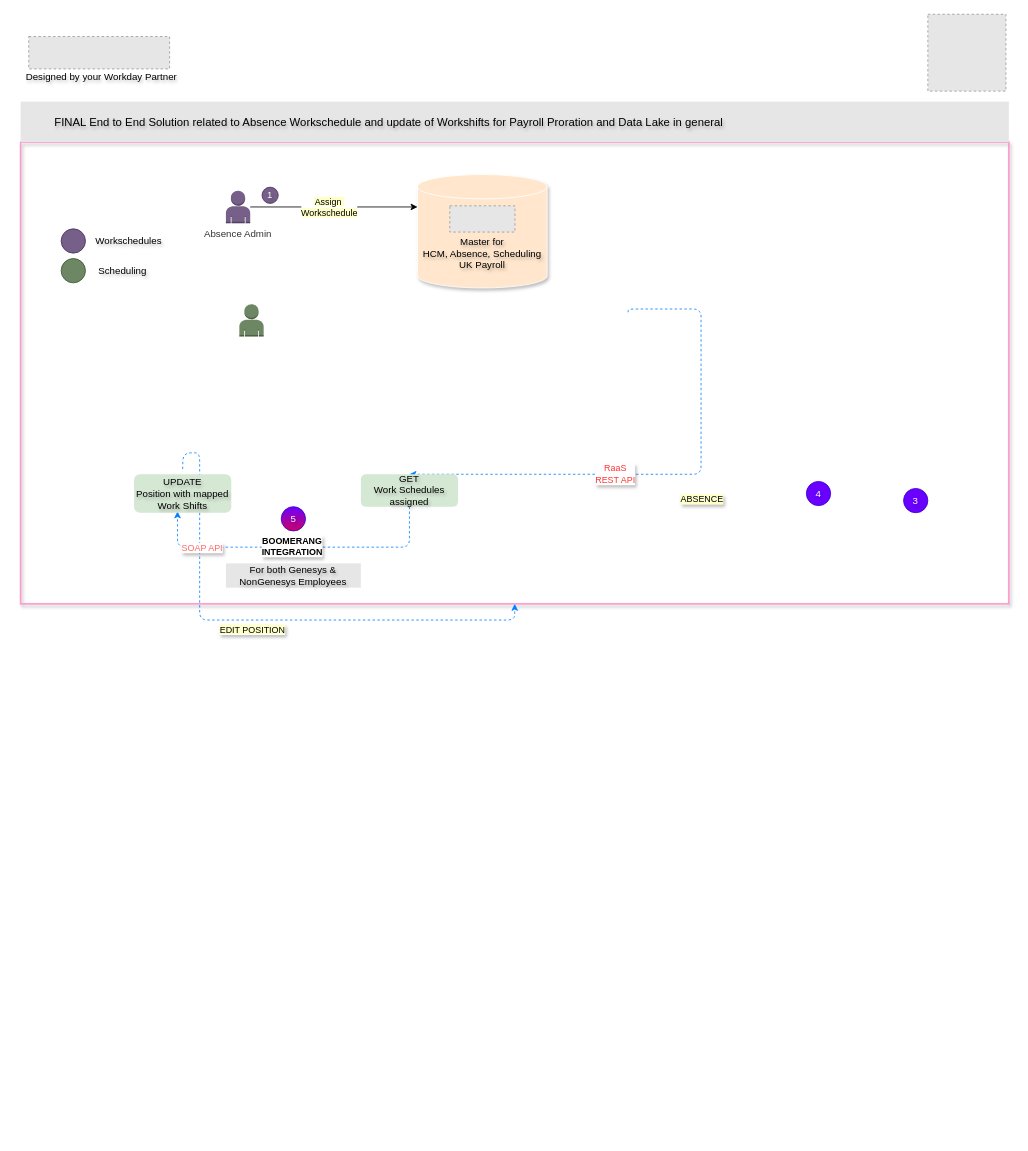
Earlier version of the draw.io diagram Leonardo Hotels Boomerang v1.drawio (sandyaroma/sandyaroma). Source tidied: cells renumbered, new cells numbered last; positions are measured from the earlier drawing's top-left corner, leaving out a move shared by most shapes. Both pictures are drawn from the tidied source at 81%, with x=0, y=0 at pixel (20, 14). Pictures stored in the file or linked from it are replaced by grey dashed boxes.
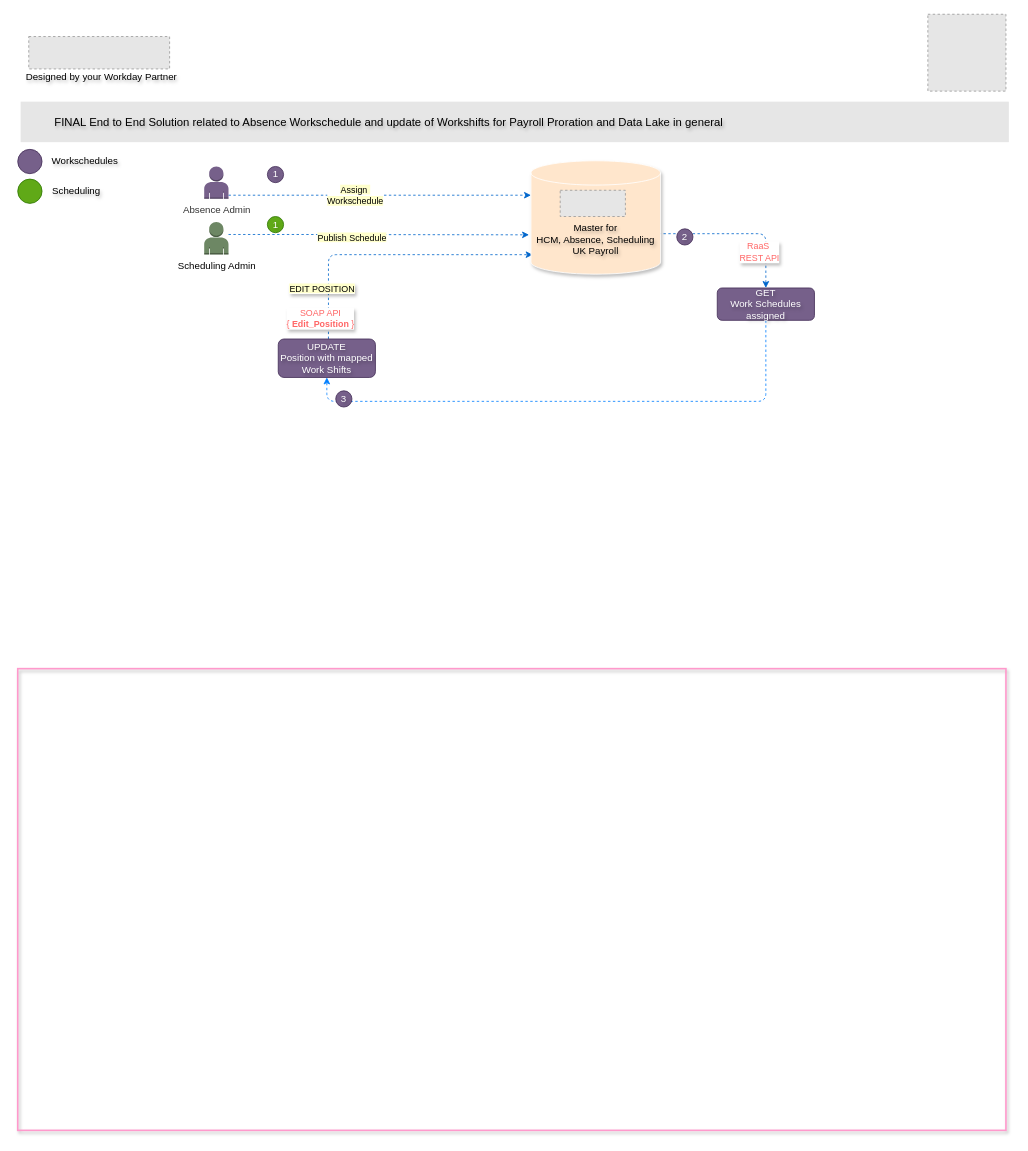
Above is the later version.

Commit message (it also covers changes not shown here):
Mettre à jour Leonardo Hotels Boomerang v1.drawio

Diff of the diagram source:
```diff
@@
+    <mxCell id="32" style="edgeStyle=orthogonalEdgeStyle;rounded=1;jettySize=auto;html=1;entryX=0.013;entryY=0.828;entryDx=0;entryDy=0;entryPerimeter=0;curved=0;dashed=1;strokeColor=#0066CC;" parent="1" edge="1" source="14" target="3">
+      <mxGeometry relative="1" as="geometry">
+        <Array as="points">
+          <mxPoint x="380" y="297" />
+        </Array>
+      </mxGeometry>
+    </mxCell>
     <mxCell id="2" style="rounded=0;whiteSpace=wrap;html=1;fillColor=none;strokeWidth=2;strokeColor=#FF99CC;shadow=1;textShadow=1;" parent="1" vertex="1">
-      <mxGeometry y="158" width="1220" height="570" as="geometry" />
+      <mxGeometry x="-3.6" y="808" width="1220" height="570" as="geometry" />
     </mxCell>
+    <mxCell id="33" style="edgeStyle=orthogonalEdgeStyle;rounded=1;jettySize=auto;html=1;entryX=0.5;entryY=0;entryDx=0;entryDy=0;exitX=0.985;exitY=0.643;exitDx=0;exitDy=0;exitPerimeter=0;curved=0;dashed=1;strokeColor=#0066CC;" parent="1" edge="1" source="3" target="10">
+      <mxGeometry relative="1" as="geometry" />
+    </mxCell>
     <mxCell id="3" value="&lt;div&gt;&lt;br&gt;&lt;/div&gt;&lt;div&gt;&lt;br&gt;&lt;/div&gt;&lt;div&gt;&lt;span style=&quot;background-color: initial;&quot;&gt;Master for&lt;/span&gt;&lt;/div&gt;&lt;div&gt;&lt;span style=&quot;background-color: initial;&quot;&gt;HCM, Absence, Scheduling&lt;/span&gt;&lt;br&gt;&lt;/div&gt;&lt;div&gt;&lt;span style=&quot;background-color: initial;&quot;&gt;UK Payroll&lt;/span&gt;&lt;/div&gt;" style="shape=cylinder3;whiteSpace=wrap;html=1;boundedLbl=1;backgroundOutline=1;size=15;fillColor=#ffe6cc;strokeColor=#FFFFFF;shadow=1;textShadow=1;" parent="1" vertex="1">
-      <mxGeometry x="490" y="198" width="160" height="140" as="geometry" />
+      <mxGeometry x="630" y="181" width="160" height="140" as="geometry" />
     </mxCell>
     <mxCell id="4" style="fillColor=#E6E6E6;strokeColor=#999999;dashed=1;verticalLabelPosition=bottom;labelBackgroundColor=default;verticalAlign=top;" parent="1" vertex="1">
-      <mxGeometry x="529.8" y="236.6" width="80.5" height="32.4" as="geometry" />
+      <mxGeometry x="666.1" y="217.4" width="80.5" height="32.4" as="geometry" />
     </mxCell>
-    <mxCell id="5" style="edgeStyle=orthogonalEdgeStyle;rounded=1;jettySize=auto;html=1;entryX=0.5;entryY=0;entryDx=0;entryDy=0;dashed=1;strokeColor=#007FFF;curved=0;textShadow=1;flowAnimation=0;" parent="1" edge="1" target="10">
-      <mxGeometry relative="1" as="geometry">
-        <mxPoint x="750" y="368" as="sourcePoint" />
-        <Array as="points">
-          <mxPoint x="840" y="364" />
-          <mxPoint x="840" y="568" />
-        </Array>
-      </mxGeometry>
-    </mxCell>
-    <mxCell id="6" value="ABSENCE" style="edgeLabel;html=1;align=center;verticalAlign=middle;labelBackgroundColor=#FFFFCC;textShadow=1;" parent="5" vertex="1">
-      <mxGeometry x="-0.12" y="-2" relative="1" as="geometry">
-        <mxPoint x="2" y="38" as="offset" />
-      </mxGeometry>
-    </mxCell>
-    <mxCell id="7" value="&lt;font color=&quot;#ff3333&quot;&gt;RaaS&lt;/font&gt;&lt;div&gt;&lt;font color=&quot;#ff3333&quot;&gt;REST API&lt;/font&gt;&lt;/div&gt;" style="edgeLabel;html=1;align=center;verticalAlign=middle;textShadow=1;" parent="5" vertex="1">
-      <mxGeometry x="0.23" y="-1" relative="1" as="geometry" />
-    </mxCell>
-    <mxCell id="8" style="edgeStyle=orthogonalEdgeStyle;rounded=1;jettySize=auto;html=1;entryX=0.447;entryY=0.964;entryDx=0;entryDy=0;curved=0;dashed=1;fillColor=#1ba1e2;strokeColor=#007FFF;align=center;verticalAlign=middle;fontFamily=Helvetica;fontSize=11;fontColor=default;labelBackgroundColor=default;endArrow=classic;entryPerimeter=0;textShadow=1;flowAnimation=0;" parent="1" edge="1" source="10" target="14">
+    <mxCell id="8" style="edgeStyle=orthogonalEdgeStyle;rounded=1;jettySize=auto;html=1;entryX=0.5;entryY=1;entryDx=0;entryDy=0;curved=0;dashed=1;strokeColor=#007FFF;" parent="1" edge="1" source="10" target="14">
       <mxGeometry relative="1" as="geometry">
         <Array as="points">
-          <mxPoint x="480" y="658" />
-          <mxPoint x="194" y="658" />
+          <mxPoint x="920" y="478" />
+          <mxPoint x="378" y="478" />
         </Array>
       </mxGeometry>
     </mxCell>
-    <mxCell id="9" value="&lt;b&gt;BOOMERANG&lt;/b&gt;&lt;div&gt;&lt;b&gt;INTEGRATION&lt;/b&gt;&lt;/div&gt;" style="edgeLabel;html=1;align=center;verticalAlign=middle;rounded=1;dashed=1;strokeColor=#007FFF;fontFamily=Helvetica;fontSize=11;fontColor=default;labelBackgroundColor=default;textShadow=1;" parent="8" vertex="1">
-      <mxGeometry x="0.31" y="-2" relative="1" as="geometry">
-        <mxPoint x="53" as="offset" />
-      </mxGeometry>
-    </mxCell>
-    <mxCell id="10" value="GET&lt;div&gt;Work Schedules&lt;/div&gt;&lt;div&gt;assigned&lt;/div&gt;" style="rounded=1;whiteSpace=wrap;html=1;fillColor=#D5E8D4;strokeColor=none;textShadow=1;" parent="1" vertex="1">
-      <mxGeometry x="420" y="568" width="120" height="40" as="geometry" />
+    <mxCell id="10" value="GET&lt;div&gt;Work Schedules&lt;/div&gt;&lt;div&gt;assigned&lt;/div&gt;" style="rounded=1;whiteSpace=wrap;html=1;fillColor=#76608a;strokeColor=#432D57;textShadow=1;fontColor=#ffffff;" parent="1" vertex="1">
+      <mxGeometry x="860" y="338" width="120" height="40" as="geometry" />
     </mxCell>
-    <mxCell id="11" style="edgeStyle=orthogonalEdgeStyle;rounded=1;jettySize=auto;html=1;dashed=1;strokeColor=#007FFF;curved=0;textShadow=1;flowAnimation=0;" parent="1" edge="1" target="2">
-      <mxGeometry relative="1" as="geometry">
-        <mxPoint x="200" y="561.6" as="sourcePoint" />
-      </mxGeometry>
-    </mxCell>
-    <mxCell id="12" value="&lt;span style=&quot;background-color: rgb(255, 255, 204);&quot;&gt;EDIT POSITION&lt;/span&gt;" style="edgeLabel;html=1;align=center;verticalAlign=middle;textShadow=1;" parent="11" vertex="1">
-      <mxGeometry x="-0.09" y="3" relative="1" as="geometry">
-        <mxPoint x="13" y="14" as="offset" />
-      </mxGeometry>
-    </mxCell>
-    <mxCell id="13" value="&lt;font color=&quot;#ff6666&quot;&gt;SOAP API&lt;/font&gt;" style="edgeLabel;html=1;align=center;verticalAlign=middle;textShadow=1;" parent="11" vertex="1">
-      <mxGeometry x="-0.52" y="2" relative="1" as="geometry" />
-    </mxCell>
-    <mxCell id="14" value="&lt;div&gt;UPDATE&lt;/div&gt;&lt;div&gt;Position with mapped&lt;/div&gt;Work Shifts" style="rounded=1;whiteSpace=wrap;html=1;fillColor=#D5E8D4;strokeColor=none;textShadow=1;" parent="1" vertex="1">
-      <mxGeometry x="140" y="568" width="120" height="47.5" as="geometry" />
+    <mxCell id="14" value="&lt;div&gt;UPDATE&lt;/div&gt;&lt;div&gt;Position with mapped&lt;/div&gt;Work Shifts" style="rounded=1;whiteSpace=wrap;html=1;fillColor=#76608a;strokeColor=#432D57;textShadow=1;fontColor=#ffffff;" parent="1" vertex="1">
+      <mxGeometry x="318" y="401" width="120" height="47.5" as="geometry" />
     </mxCell>
-    <mxCell id="15" value="5" style="ellipse;whiteSpace=wrap;html=1;fillColor=#6a00ff;strokeColor=#3700CC;fontColor=#ffffff;textShadow=1;gradientColor=#CC0066;" parent="1" vertex="1">
-      <mxGeometry x="321.7" y="608" width="30" height="30" as="geometry" />
-    </mxCell>
     <mxCell id="16" value="1" style="ellipse;whiteSpace=wrap;html=1;fillColor=#76608a;strokeColor=#432D57;fontColor=#ffffff;align=center;verticalAlign=middle;fontFamily=Helvetica;fontSize=12;textShadow=1;" parent="1" vertex="1">
-      <mxGeometry x="298" y="213.6" width="20" height="20" as="geometry" />
+      <mxGeometry x="304.6" y="188" width="20" height="20" as="geometry" />
     </mxCell>
@@
-    <mxCell id="18" value="For both Genesys &amp;amp; NonGenesys Employees" style="text;html=1;align=center;verticalAlign=middle;whiteSpace=wrap;rounded=0;fontStyle=0;fillColor=#E6E6E6;textShadow=1;" parent="1" vertex="1">
-      <mxGeometry x="253.4" y="678" width="166.6" height="30" as="geometry" />
-    </mxCell>
-    <mxCell id="19" value="4" style="ellipse;whiteSpace=wrap;html=1;fillColor=#6a00ff;strokeColor=#3700CC;fontColor=#ffffff;textShadow=1;" parent="1" vertex="1">
-      <mxGeometry x="970" y="576.8" width="30" height="30" as="geometry" />
-    </mxCell>
     <mxCell id="20" style="ellipse;whiteSpace=wrap;html=1;fillColor=#76608a;strokeColor=#432D57;fontColor=#ffffff;textShadow=1;" parent="1" vertex="1">
-      <mxGeometry x="50" y="265" width="30" height="30" as="geometry" />
+      <mxGeometry x="-3.6" y="166.9" width="30" height="30" as="geometry" />
     </mxCell>
     <mxCell id="21" value="Workschedules" style="text;html=1;align=center;verticalAlign=middle;whiteSpace=wrap;rounded=0;textShadow=1;" parent="1" vertex="1">
-      <mxGeometry x="67" y="265" width="132.8" height="30" as="geometry" />
+      <mxGeometry x="13.4" y="166.9" width="132.8" height="30" as="geometry" />
     </mxCell>
-    <mxCell id="22" style="ellipse;whiteSpace=wrap;html=1;fillColor=#6d8764;strokeColor=#3A5431;fontColor=#ffffff;textShadow=1;" parent="1" vertex="1">
-      <mxGeometry x="50" y="301.7" width="30" height="30" as="geometry" />
+    <mxCell id="22" style="ellipse;whiteSpace=wrap;html=1;fillColor=#60a917;strokeColor=#2D7600;textShadow=1;fontColor=#ffffff;" parent="1" vertex="1">
+      <mxGeometry x="-3.6" y="203.6" width="30" height="30" as="geometry" />
     </mxCell>
     <mxCell id="23" value="Scheduling" style="text;html=1;align=center;verticalAlign=middle;whiteSpace=wrap;rounded=0;textShadow=1;" parent="1" vertex="1">
-      <mxGeometry x="80" y="301.7" width="91.8" height="30" as="geometry" />
+      <mxGeometry x="23.4" y="203.6" width="91.8" height="30" as="geometry" />
     </mxCell>
-    <mxCell id="24" value="3" style="ellipse;whiteSpace=wrap;html=1;fillColor=#6a00ff;strokeColor=#3700CC;fontColor=#ffffff;textShadow=1;" parent="1" vertex="1">
-      <mxGeometry x="1090" y="585.5" width="30" height="30" as="geometry" />
-    </mxCell>
@@
-    <mxCell id="28" style="edgeStyle=orthogonalEdgeStyle;rounded=0;jettySize=auto;html=1;" parent="1" edge="1" source="30">
+    <mxCell id="28" style="edgeStyle=orthogonalEdgeStyle;rounded=0;jettySize=auto;html=1;dashed=1;strokeColor=#0066CC;entryX=0;entryY=0;entryDx=0;entryDy=42.5;entryPerimeter=0;" parent="1" edge="1" source="30" target="3">
       <mxGeometry relative="1" as="geometry">
-        <mxPoint x="490" y="238" as="targetPoint" />
+        <Array as="points">
+          <mxPoint x="390" y="224" />
+        </Array>
       </mxGeometry>
     </mxCell>
@@
     <mxCell id="30" value="&lt;font style=&quot;color: rgb(51, 51, 51);&quot;&gt;Absence Admin&lt;/font&gt;" style="outlineConnect=0;dashed=0;verticalLabelPosition=bottom;verticalAlign=top;align=center;html=1;shape=mxgraph.aws3.user;fillColor=#76608a;strokeColor=#432D57;fontColor=#ffffff;" parent="1" vertex="1">
-      <mxGeometry x="253.4" y="218" width="30" height="40" as="geometry" />
+      <mxGeometry x="226.6" y="188" width="30" height="40" as="geometry" />
     </mxCell>
-    <mxCell id="31" style="outlineConnect=0;dashed=0;verticalLabelPosition=bottom;verticalAlign=top;align=center;html=1;shape=mxgraph.aws3.user;fillColor=#6d8764;strokeColor=#3A5431;fontColor=#ffffff;" parent="1" vertex="1">
-      <mxGeometry x="270" y="358" width="30" height="40" as="geometry" />
+    <mxCell id="31" value="&lt;font style=&quot;color: rgb(0, 0, 0);&quot;&gt;Scheduling Admin&lt;/font&gt;" style="outlineConnect=0;dashed=0;verticalLabelPosition=bottom;verticalAlign=top;align=center;html=1;shape=mxgraph.aws3.user;fillColor=#6d8764;strokeColor=#3A5431;fontColor=#ffffff;" parent="1" vertex="1">
+      <mxGeometry x="226.6" y="256.7" width="30" height="40" as="geometry" />
     </mxCell>
+    <mxCell id="34" value="2" style="ellipse;whiteSpace=wrap;html=1;fillColor=#76608a;strokeColor=#432D57;fontColor=#ffffff;align=center;verticalAlign=middle;fontFamily=Helvetica;fontSize=12;textShadow=1;" parent="1" vertex="1">
+      <mxGeometry x="810" y="265" width="20" height="20" as="geometry" />
+    </mxCell>
+    <mxCell id="24" value="3" style="ellipse;whiteSpace=wrap;html=1;fillColor=#76608a;strokeColor=#432D57;fontColor=#ffffff;align=center;verticalAlign=middle;fontFamily=Helvetica;fontSize=12;textShadow=1;" parent="1" vertex="1">
+      <mxGeometry x="389" y="465" width="20" height="20" as="geometry" />
+    </mxCell>
+    <mxCell id="7" value="&lt;font color=&quot;#ff6666&quot;&gt;RaaS&amp;nbsp;&lt;/font&gt;&lt;div&gt;&lt;font color=&quot;#ff6666&quot;&gt;REST API&lt;/font&gt;&lt;/div&gt;" style="edgeLabel;html=1;align=center;verticalAlign=middle;textShadow=1;" parent="1" vertex="1">
+      <mxGeometry x="920" y="296.7" as="geometry">
+        <mxPoint x="-9" y="-3" as="offset" />
+      </mxGeometry>
+    </mxCell>
+    <mxCell id="35" style="edgeStyle=orthogonalEdgeStyle;rounded=0;jettySize=auto;html=1;entryX=-0.015;entryY=0.653;entryDx=0;entryDy=0;entryPerimeter=0;curved=0;dashed=1;strokeColor=#0066CC;" parent="1" edge="1" source="31" target="3">
+      <mxGeometry relative="1" as="geometry">
+        <Array as="points">
+          <mxPoint x="350" y="272" />
+          <mxPoint x="350" y="272" />
+        </Array>
+      </mxGeometry>
+    </mxCell>
+    <mxCell id="36" value="&lt;span style=&quot;background-color: rgb(255, 255, 204);&quot;&gt;Publish Schedule&lt;/span&gt;" style="edgeLabel;html=1;align=center;verticalAlign=middle;" parent="35" vertex="1">
+      <mxGeometry x="-0.25" y="1" relative="1" as="geometry">
+        <mxPoint x="13" y="4" as="offset" />
+      </mxGeometry>
+    </mxCell>
+    <mxCell id="37" value="1" style="ellipse;whiteSpace=wrap;html=1;fillColor=#60a917;strokeColor=#2D7600;fontColor=#ffffff;align=center;verticalAlign=middle;fontFamily=Helvetica;fontSize=12;textShadow=1;" parent="1" vertex="1">
+      <mxGeometry x="304.6" y="249.8" width="20" height="20" as="geometry" />
+    </mxCell>
+    <mxCell id="12" value="&lt;span style=&quot;background-color: rgb(255, 255, 204);&quot;&gt;EDIT POSITION&lt;/span&gt;" style="edgeLabel;html=1;align=center;verticalAlign=middle;textShadow=1;" parent="1" vertex="1">
+      <mxGeometry x="371" y="338" as="geometry" />
+    </mxCell>
+    <mxCell id="38" value="&lt;font color=&quot;#ff6666&quot;&gt;SOAP API&lt;/font&gt;&lt;div&gt;&lt;font color=&quot;#ff6666&quot;&gt;{&amp;nbsp;&lt;b&gt;Edit_Position&amp;nbsp;&lt;/b&gt;}&lt;/font&gt;&lt;/div&gt;" style="edgeLabel;html=1;align=center;verticalAlign=middle;textShadow=1;" parent="1" vertex="1">
+      <mxGeometry x="183.9" y="358" as="geometry">
+        <mxPoint x="186" y="17" as="offset" />
+      </mxGeometry>
+    </mxCell>
```
